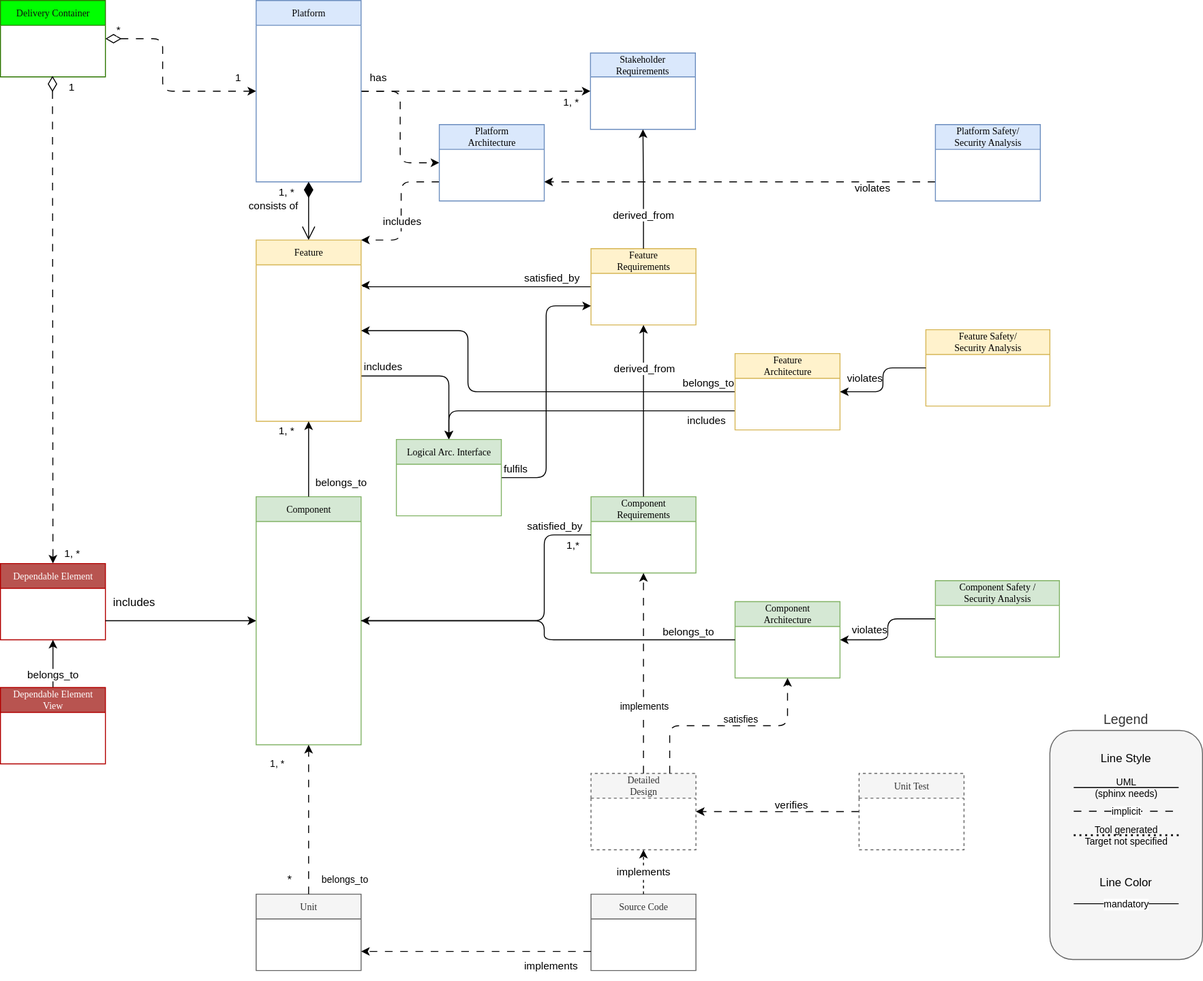
Earlier version of the draw.io export main/_images/score_building_blocks_meta_model_simplified.drawio.svg (eclipse-score/process_description). Source tidied: cells renumbered, new cells last; positions are measured from the earlier drawing's top-left corner, leaving out a move shared by most shapes.
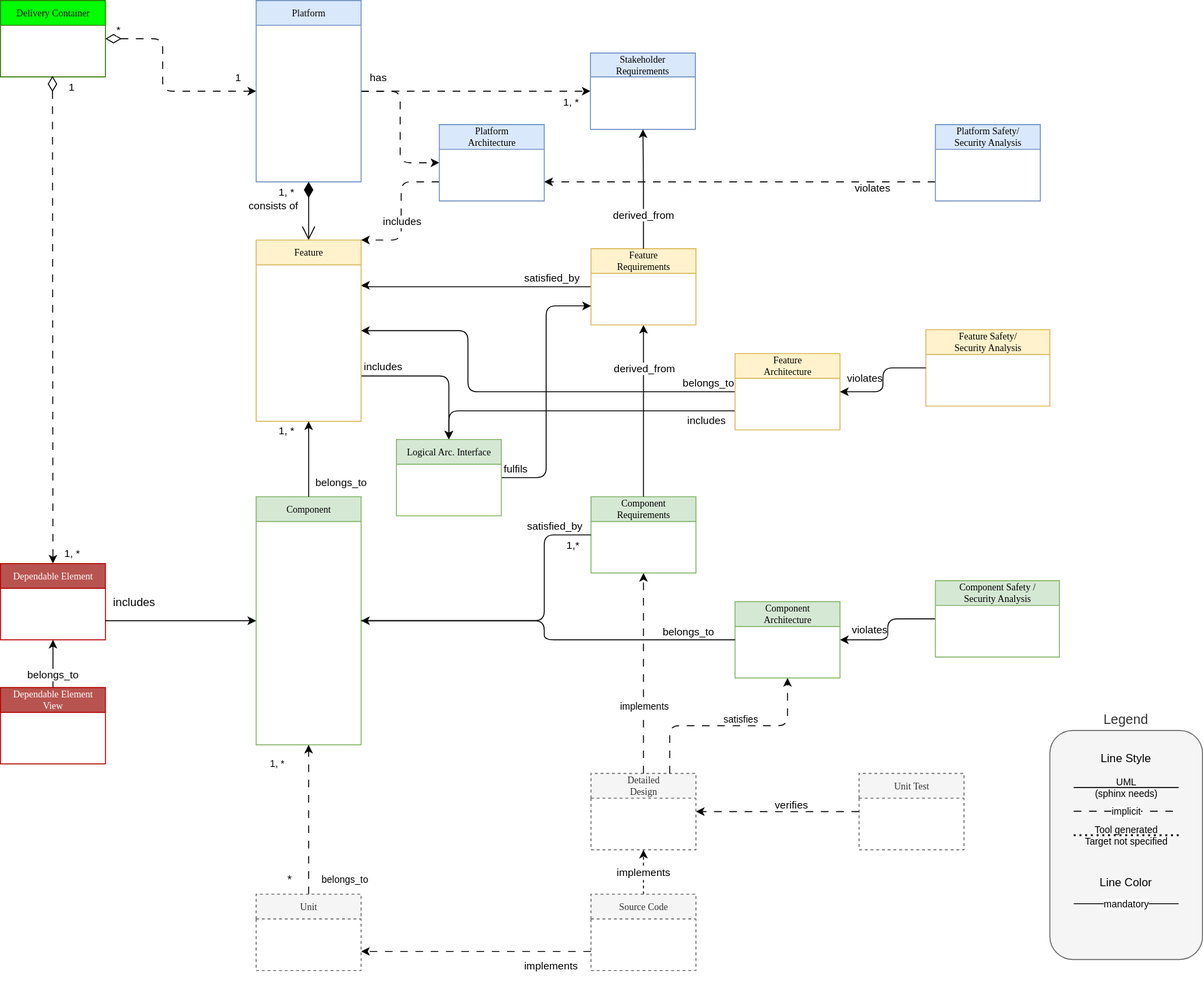
The same file after the commit.

Diff of the diagram source:
```diff
@@ -75,7 +75,7 @@
         <mxPoint x="-9" y="-11" as="offset" />
       </mxGeometry>
     </mxCell>
-    <mxCell id="18" value="Unit" style="swimlane;html=1;fontStyle=0;horizontal=1;startSize=26;fillColor=#f5f5f5;swimlaneFillColor=#ffffff;rounded=0;shadow=0;comic=0;labelBackgroundColor=none;strokeWidth=1;fontFamily=Verdana;fontSize=10;align=center;fontColor=#333333;strokeColor=#666666;" parent="1" vertex="1">
+    <mxCell id="18" value="Unit" style="swimlane;html=1;fontStyle=0;horizontal=1;startSize=26;fillColor=#f5f5f5;swimlaneFillColor=#ffffff;rounded=0;shadow=0;comic=0;labelBackgroundColor=none;strokeWidth=1;fontFamily=Verdana;fontSize=10;align=center;fontColor=#333333;strokeColor=#666666;dashed=1;verticalAlign=middle;" parent="1" vertex="1">
       <mxGeometry x="268" y="936.5" width="110" height="80" as="geometry" />
     </mxCell>
     <mxCell id="19" value="1, *" style="endArrow=classic;html=1;endSize=6;startArrow=none;startSize=14;startFill=0;edgeStyle=orthogonalEdgeStyle;align=center;verticalAlign=middle;rounded=1;entryX=0.5;entryY=1;entryDx=0;entryDy=0;exitX=0.5;exitY=0;exitDx=0;exitDy=0;endFill=1;dashed=1;dashPattern=8 8;strokeColor=default;fontFamily=Helvetica;fontSize=10;fontColor=default;labelBackgroundColor=default;" parent="1" edge="1" source="18" target="7">
@@ -86,7 +86,7 @@
         <mxPoint x="39" y="20" as="offset" />
       </mxGeometry>
     </mxCell>
-    <mxCell id="21" value="Source Code" style="swimlane;html=1;fontStyle=0;horizontal=1;startSize=26;fillColor=#f5f5f5;swimlaneFillColor=#ffffff;rounded=0;shadow=0;comic=0;labelBackgroundColor=none;strokeWidth=1;fontFamily=Verdana;fontSize=10;align=center;fontColor=#333333;strokeColor=#666666;" parent="1" vertex="1">
+    <mxCell id="21" value="Source Code" style="swimlane;html=1;fontStyle=0;horizontal=1;startSize=26;fillColor=#f5f5f5;swimlaneFillColor=#ffffff;rounded=0;shadow=0;comic=0;labelBackgroundColor=none;strokeWidth=1;fontFamily=Verdana;fontSize=10;align=center;fontColor=#333333;strokeColor=#666666;dashed=1;verticalAlign=middle;" parent="1" vertex="1">
       <mxGeometry x="619" y="936.5" width="110" height="80" as="geometry" />
     </mxCell>
     <mxCell id="22" value="Stakeholder&lt;br&gt;&amp;nbsp;Requirements" style="swimlane;html=1;fontStyle=0;horizontal=1;startSize=25;fillColor=#dae8fc;swimlaneFillColor=#ffffff;rounded=0;shadow=0;comic=0;labelBackgroundColor=none;strokeWidth=1;fontFamily=Verdana;fontSize=10;align=center;strokeColor=#6c8ebf;" parent="1" vertex="1">
```
